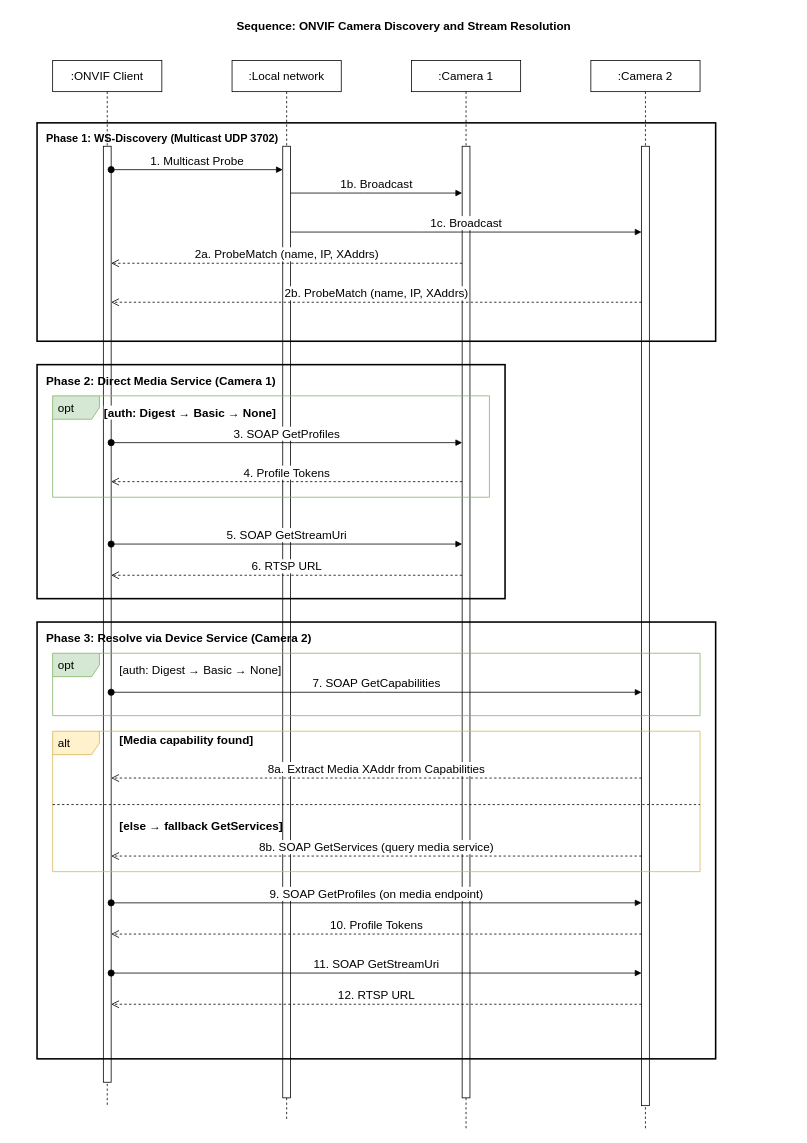
Earlier version of the draw.io diagram report-latex/figures/drawio/chapter4_onvif_protocol_sequence.drawio (Salmen-BA21/Queue-Wait-Time-Estimation). Source tidied: cells renumbered, new cells numbered last; positions are measured from the earlier drawing's top-left corner, leaving out a move shared by most shapes. Both pictures are drawn from the tidied source at 78%, with x=0, y=0 at pixel (13, 13).
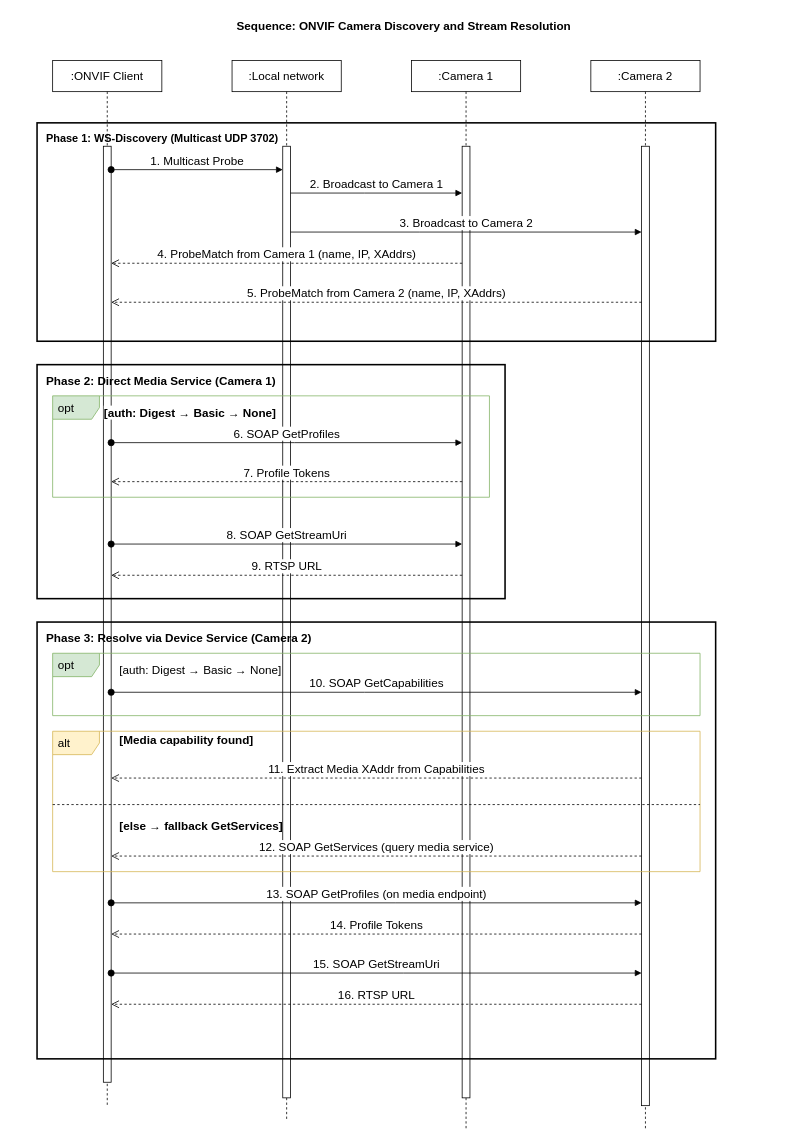
After the change.

The change refers to these unchanged cells:
```xml
<mxCell id="4" style="html=1;points=[];perimeter=orthogonalPerimeter;outlineConnect=0;targetShapes=umlLifeline;portConstraint=eastwest;fontSize=15;" parent="3" vertex="1">
  <mxGeometry x="65" y="110" width="10" height="1200" as="geometry" />
</mxCell>
<mxCell id="6" style="html=1;points=[];perimeter=orthogonalPerimeter;outlineConnect=0;targetShapes=umlLifeline;portConstraint=eastwest;fontSize=15;" parent="5" vertex="1">
  <mxGeometry x="65" y="110" width="10" height="1220" as="geometry" />
</mxCell>
<mxCell id="8" style="html=1;points=[];perimeter=orthogonalPerimeter;outlineConnect=0;targetShapes=umlLifeline;portConstraint=eastwest;fontSize=15;" parent="7" vertex="1">
  <mxGeometry x="65" y="110" width="10" height="1220" as="geometry" />
</mxCell>
<mxCell id="10" style="html=1;points=[];perimeter=orthogonalPerimeter;outlineConnect=0;targetShapes=umlLifeline;portConstraint=eastwest;fontSize=15;" parent="9" vertex="1">
  <mxGeometry x="65" y="110" width="10" height="1230" as="geometry" />
</mxCell>
```

Change to the diagram source:
```diff
@@
-    <mxCell id="14" value="1b. Broadcast" style="html=1;verticalAlign=bottom;startArrow=none;endArrow=block;startSize=8;edgeStyle=elbowEdgeStyle;elbow=vertical;curved=0;rounded=0;fontSize=15;" parent="1" edge="1" source="6" target="8">
+    <mxCell id="14" value="2. Broadcast to Camera 1" style="html=1;verticalAlign=bottom;startArrow=none;endArrow=block;startSize=8;edgeStyle=elbowEdgeStyle;elbow=vertical;curved=0;rounded=0;fontSize=15;" parent="1" edge="1" source="6" target="8">
       <mxGeometry relative="1" as="geometry">
         <Array as="points">
           <mxPoint x="450" y="230" />
         </Array>
       </mxGeometry>
     </mxCell>
-    <mxCell id="15" value="1c. Broadcast" style="html=1;verticalAlign=bottom;startArrow=none;endArrow=block;startSize=8;edgeStyle=elbowEdgeStyle;elbow=vertical;curved=0;rounded=0;fontSize=15;" parent="1" edge="1" source="6" target="10">
+    <mxCell id="15" value="3. Broadcast to Camera 2" style="html=1;verticalAlign=bottom;startArrow=none;endArrow=block;startSize=8;edgeStyle=elbowEdgeStyle;elbow=vertical;curved=0;rounded=0;fontSize=15;" parent="1" edge="1" source="6" target="10">
       <mxGeometry relative="1" as="geometry">
         <Array as="points">
           <mxPoint x="520" y="280" />
         </Array>
       </mxGeometry>
     </mxCell>
-    <mxCell id="16" value="2a. ProbeMatch (name, IP, XAddrs)" style="html=1;verticalAlign=bottom;endArrow=open;dashed=1;endSize=8;edgeStyle=elbowEdgeStyle;elbow=vertical;curved=0;rounded=0;fontSize=15;" parent="1" edge="1" source="8" target="4">
+    <mxCell id="16" value="4. ProbeMatch from Camera 1 (name, IP, XAddrs)" style="html=1;verticalAlign=bottom;endArrow=open;dashed=1;endSize=8;edgeStyle=elbowEdgeStyle;elbow=vertical;curved=0;rounded=0;fontSize=15;" parent="1" edge="1" source="8" target="4">
       <mxGeometry relative="1" as="geometry">
         <Array as="points">
           <mxPoint x="390" y="320" />
         </Array>
       </mxGeometry>
     </mxCell>
-    <mxCell id="17" value="2b. ProbeMatch (name, IP, XAddrs)" style="html=1;verticalAlign=bottom;endArrow=open;dashed=1;endSize=8;edgeStyle=elbowEdgeStyle;elbow=vertical;curved=0;rounded=0;fontSize=15;" parent="1" edge="1" source="10" target="4">
+    <mxCell id="17" value="5. ProbeMatch from Camera 2 (name, IP, XAddrs)" style="html=1;verticalAlign=bottom;endArrow=open;dashed=1;endSize=8;edgeStyle=elbowEdgeStyle;elbow=vertical;curved=0;rounded=0;fontSize=15;" parent="1" edge="1" source="10" target="4">
       <mxGeometry relative="1" as="geometry">
         <Array as="points">
           <mxPoint x="380" y="370" />
         </Array>
       </mxGeometry>
     </mxCell>
@@
-    <mxCell id="22" value="3. SOAP GetProfiles" style="html=1;verticalAlign=bottom;startArrow=oval;endArrow=block;startSize=8;edgeStyle=elbowEdgeStyle;elbow=vertical;curved=0;rounded=0;fontSize=15;" parent="1" edge="1" source="4" target="8">
+    <mxCell id="22" value="6. SOAP GetProfiles" style="html=1;verticalAlign=bottom;startArrow=oval;endArrow=block;startSize=8;edgeStyle=elbowEdgeStyle;elbow=vertical;curved=0;rounded=0;fontSize=15;" parent="1" edge="1" source="4" target="8">
       <mxGeometry relative="1" as="geometry">
         <Array as="points">
           <mxPoint x="360" y="550" />
         </Array>
       </mxGeometry>
     </mxCell>
-    <mxCell id="23" value="4. Profile Tokens" style="html=1;verticalAlign=bottom;endArrow=open;dashed=1;endSize=8;edgeStyle=elbowEdgeStyle;elbow=vertical;curved=0;rounded=0;fontSize=15;" parent="1" edge="1" source="8" target="4">
+    <mxCell id="23" value="7. Profile Tokens" style="html=1;verticalAlign=bottom;endArrow=open;dashed=1;endSize=8;edgeStyle=elbowEdgeStyle;elbow=vertical;curved=0;rounded=0;fontSize=15;" parent="1" edge="1" source="8" target="4">
       <mxGeometry relative="1" as="geometry">
         <Array as="points">
           <mxPoint x="360" y="600" />
         </Array>
       </mxGeometry>
     </mxCell>
-    <mxCell id="24" value="5. SOAP GetStreamUri" style="html=1;verticalAlign=bottom;startArrow=oval;endArrow=block;startSize=8;edgeStyle=elbowEdgeStyle;elbow=vertical;curved=0;rounded=0;fontSize=15;" parent="1" edge="1" source="4" target="8">
+    <mxCell id="24" value="8. SOAP GetStreamUri" style="html=1;verticalAlign=bottom;startArrow=oval;endArrow=block;startSize=8;edgeStyle=elbowEdgeStyle;elbow=vertical;curved=0;rounded=0;fontSize=15;" parent="1" edge="1" source="4" target="8">
       <mxGeometry relative="1" as="geometry">
         <Array as="points">
           <mxPoint x="360" y="680" />
         </Array>
       </mxGeometry>
     </mxCell>
-    <mxCell id="25" value="6. RTSP URL" style="html=1;verticalAlign=bottom;endArrow=open;dashed=1;endSize=8;edgeStyle=elbowEdgeStyle;elbow=vertical;curved=0;rounded=0;fontSize=15;" parent="1" edge="1" source="8" target="4">
+    <mxCell id="25" value="9. RTSP URL" style="html=1;verticalAlign=bottom;endArrow=open;dashed=1;endSize=8;edgeStyle=elbowEdgeStyle;elbow=vertical;curved=0;rounded=0;fontSize=15;" parent="1" edge="1" source="8" target="4">
       <mxGeometry relative="1" as="geometry">
         <Array as="points">
           <mxPoint x="370" y="720" />
         </Array>
       </mxGeometry>
     </mxCell>
@@
-    <mxCell id="30" value="7. SOAP GetCapabilities" style="html=1;verticalAlign=bottom;startArrow=oval;endArrow=block;startSize=8;edgeStyle=elbowEdgeStyle;elbow=vertical;curved=0;rounded=0;fontSize=15;" parent="1" edge="1">
+    <mxCell id="30" value="10. SOAP GetCapabilities" style="html=1;verticalAlign=bottom;startArrow=oval;endArrow=block;startSize=8;edgeStyle=elbowEdgeStyle;elbow=vertical;curved=0;rounded=0;fontSize=15;" parent="1" edge="1">
       <mxGeometry relative="1" as="geometry">
         <mxPoint x="125" y="870" as="sourcePoint" />
         <mxPoint x="805" y="870" as="targetPoint" />
         <Array as="points">
           <mxPoint x="450" y="870" />
         </Array>
       </mxGeometry>
     </mxCell>
@@
-    <mxCell id="33" value="8a. Extract Media XAddr from Capabilities" style="html=1;verticalAlign=bottom;endArrow=open;dashed=1;endSize=8;edgeStyle=elbowEdgeStyle;elbow=vertical;curved=0;rounded=0;fontSize=15;" parent="1" edge="1">
+    <mxCell id="33" value="11. Extract Media XAddr from Capabilities" style="html=1;verticalAlign=bottom;endArrow=open;dashed=1;endSize=8;edgeStyle=elbowEdgeStyle;elbow=vertical;curved=0;rounded=0;fontSize=15;" parent="1" edge="1">
       <mxGeometry relative="1" as="geometry">
         <mxPoint x="805" y="980" as="sourcePoint" />
         <mxPoint x="125" y="980" as="targetPoint" />
         <Array as="points">
           <mxPoint x="460" y="980" />
         </Array>
       </mxGeometry>
     </mxCell>
@@
-    <mxCell id="36" value="8b. SOAP GetServices (query media service)" style="html=1;verticalAlign=bottom;endArrow=open;dashed=1;endSize=8;edgeStyle=elbowEdgeStyle;elbow=vertical;curved=0;rounded=0;fontSize=15;" parent="1" edge="1">
+    <mxCell id="36" value="12. SOAP GetServices (query media service)" style="html=1;verticalAlign=bottom;endArrow=open;dashed=1;endSize=8;edgeStyle=elbowEdgeStyle;elbow=vertical;curved=0;rounded=0;fontSize=15;" parent="1" edge="1">
       <mxGeometry relative="1" as="geometry">
         <mxPoint x="805" y="1080" as="sourcePoint" />
         <mxPoint x="125" y="1080" as="targetPoint" />
         <Array as="points">
           <mxPoint x="540" y="1080" />
           <mxPoint x="600" y="1090" />
           <mxPoint x="450" y="1105" />
         </Array>
       </mxGeometry>
     </mxCell>
-    <mxCell id="37" value="9. SOAP GetProfiles (on media endpoint)" style="html=1;verticalAlign=bottom;startArrow=oval;endArrow=block;startSize=8;edgeStyle=elbowEdgeStyle;elbow=vertical;curved=0;rounded=0;fontSize=15;" parent="1" edge="1">
+    <mxCell id="37" value="13. SOAP GetProfiles (on media endpoint)" style="html=1;verticalAlign=bottom;startArrow=oval;endArrow=block;startSize=8;edgeStyle=elbowEdgeStyle;elbow=vertical;curved=0;rounded=0;fontSize=15;" parent="1" edge="1">
       <mxGeometry relative="1" as="geometry">
         <mxPoint x="125" y="1140" as="sourcePoint" />
         <mxPoint x="805" y="1140" as="targetPoint" />
         <Array as="points">
           <mxPoint x="490" y="1140" />
           <mxPoint x="450" y="1180" />
         </Array>
       </mxGeometry>
     </mxCell>
-    <mxCell id="38" value="10. Profile Tokens" style="html=1;verticalAlign=bottom;endArrow=open;dashed=1;endSize=8;edgeStyle=elbowEdgeStyle;elbow=vertical;curved=0;rounded=0;fontSize=15;" parent="1" edge="1">
+    <mxCell id="38" value="14. Profile Tokens" style="html=1;verticalAlign=bottom;endArrow=open;dashed=1;endSize=8;edgeStyle=elbowEdgeStyle;elbow=vertical;curved=0;rounded=0;fontSize=15;" parent="1" edge="1">
       <mxGeometry relative="1" as="geometry">
         <mxPoint x="805" y="1180" as="sourcePoint" />
         <mxPoint x="125" y="1180" as="targetPoint" />
         <Array as="points">
           <mxPoint x="480" y="1180" />
           <mxPoint x="460" y="1210" />
         </Array>
       </mxGeometry>
     </mxCell>
-    <mxCell id="39" value="11. SOAP GetStreamUri" style="html=1;verticalAlign=bottom;startArrow=oval;endArrow=block;startSize=8;edgeStyle=elbowEdgeStyle;elbow=vertical;curved=0;rounded=0;fontSize=15;" parent="1" edge="1">
+    <mxCell id="39" value="15. SOAP GetStreamUri" style="html=1;verticalAlign=bottom;startArrow=oval;endArrow=block;startSize=8;edgeStyle=elbowEdgeStyle;elbow=vertical;curved=0;rounded=0;fontSize=15;" parent="1" edge="1">
       <mxGeometry relative="1" as="geometry">
         <mxPoint x="125" y="1230" as="sourcePoint" />
         <mxPoint x="805" y="1230" as="targetPoint" />
         <Array as="points">
           <mxPoint x="500" y="1230" />
           <mxPoint x="460" y="1240" />
         </Array>
       </mxGeometry>
     </mxCell>
-    <mxCell id="40" value="12. RTSP URL" style="html=1;verticalAlign=bottom;endArrow=open;dashed=1;endSize=8;edgeStyle=elbowEdgeStyle;elbow=vertical;curved=0;rounded=0;fontSize=15;" parent="1" edge="1">
+    <mxCell id="40" value="16. RTSP URL" style="html=1;verticalAlign=bottom;endArrow=open;dashed=1;endSize=8;edgeStyle=elbowEdgeStyle;elbow=vertical;curved=0;rounded=0;fontSize=15;" parent="1" edge="1">
       <mxGeometry relative="1" as="geometry">
         <mxPoint x="805" y="1270" as="sourcePoint" />
         <mxPoint x="125" y="1270" as="targetPoint" />
         <Array as="points">
           <mxPoint x="510" y="1270" />
           <mxPoint x="520" y="1280" />
           <mxPoint x="450" y="1320" />
         </Array>
       </mxGeometry>
     </mxCell>
```
